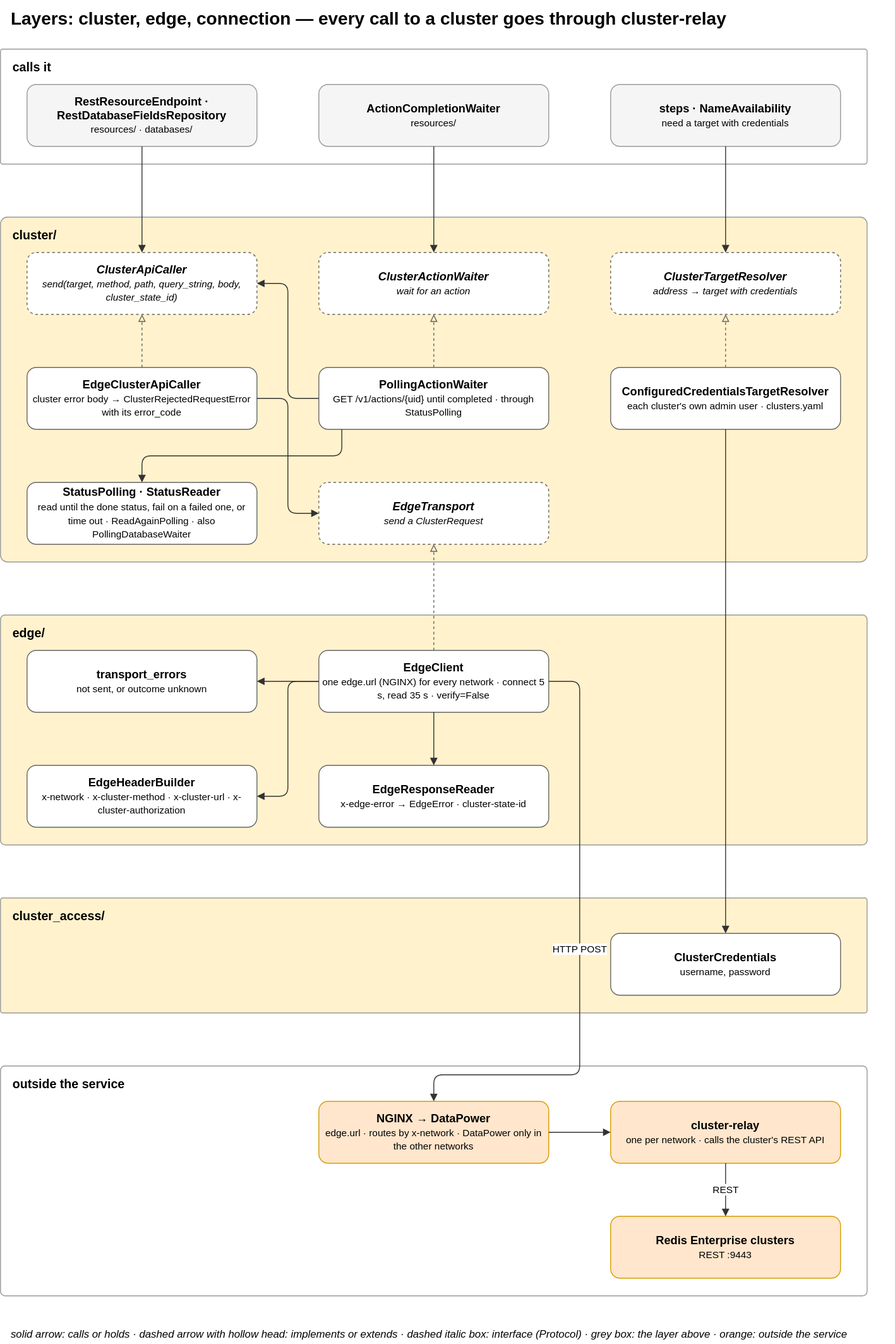
Above: docs/diagrams/08-layer-transport.drawio.svg in EliShteinman/redis-enterprise-services (draw.io), before the change. Source tidied: cells renumbered, new cells last; positions are measured from the earlier drawing's top-left corner, leaving out a move shared by most shapes.
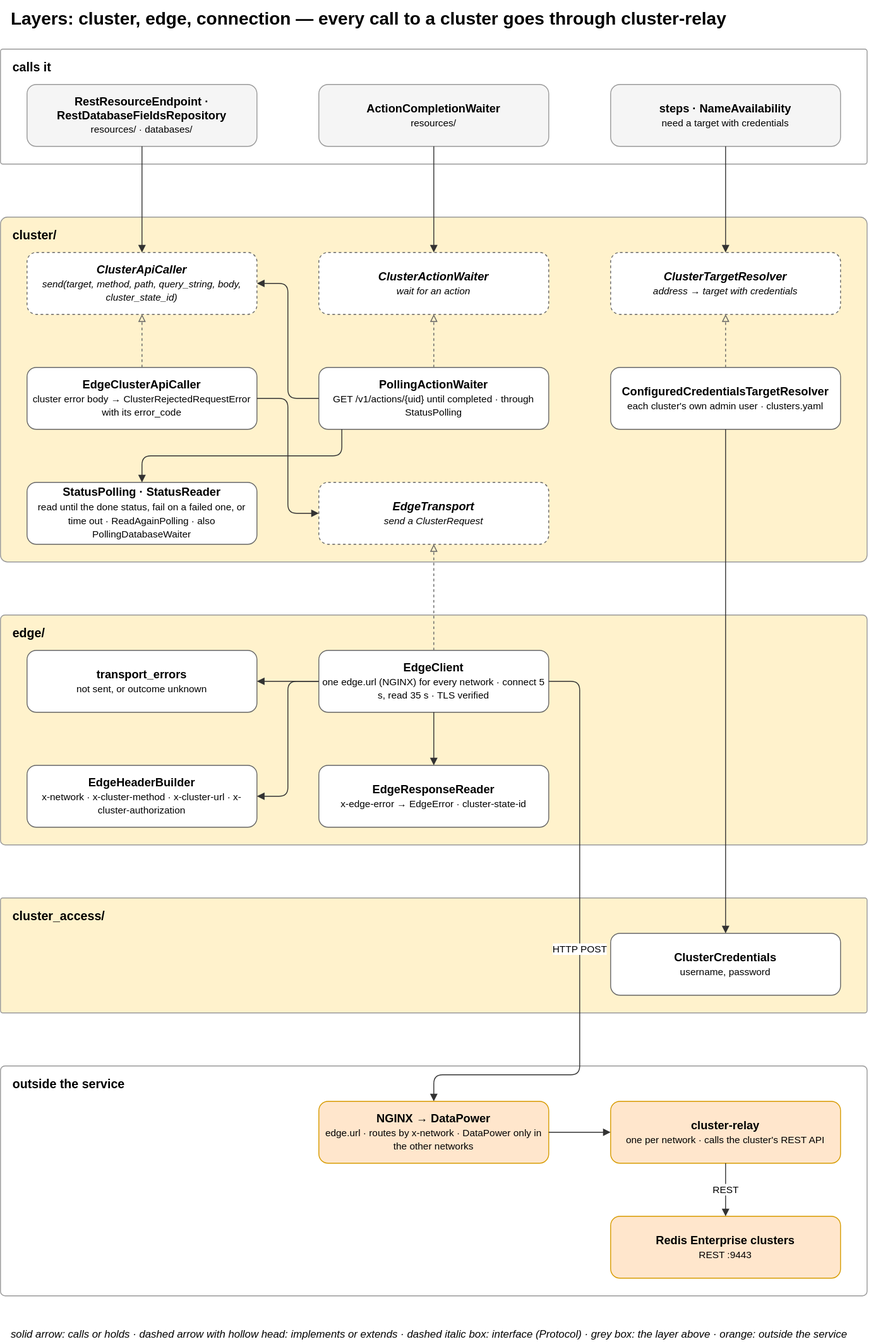
After the change.

Commit message:
docs(edge): the relay's TLS certificate is verified

What changed in the source:
```diff
@@ -47,7 +47,7 @@
     <mxCell id="16" value="&lt;b&gt;transport_errors&lt;/b&gt;&lt;br&gt;&lt;font style='font-size:11px'&gt;not sent, or outcome unknown&lt;/font&gt;" style="rounded=1;whiteSpace=wrap;html=1;fillColor=#ffffff;strokeColor=#666666;fontSize=13;" parent="1" vertex="1">
       <mxGeometry x="30" y="735" width="260" height="70" as="geometry" />
     </mxCell>
-    <mxCell id="17" value="&lt;b&gt;EdgeClient&lt;/b&gt;&lt;br&gt;&lt;font style='font-size:11px'&gt;one edge.url (NGINX) for every network · connect 5 s, read 35 s · verify=False&lt;/font&gt;" style="rounded=1;whiteSpace=wrap;html=1;fillColor=#ffffff;strokeColor=#666666;fontSize=13;" parent="1" vertex="1">
+    <mxCell id="17" value="&lt;b&gt;EdgeClient&lt;/b&gt;&lt;br&gt;&lt;font style='font-size:11px'&gt;one edge.url (NGINX) for every network · connect 5 s, read 35 s · TLS verified&lt;/font&gt;" style="rounded=1;whiteSpace=wrap;html=1;fillColor=#ffffff;strokeColor=#666666;fontSize=13;" parent="1" vertex="1">
       <mxGeometry x="360" y="735" width="260" height="70" as="geometry" />
     </mxCell>
     <mxCell id="18" value="&lt;b&gt;EdgeHeaderBuilder&lt;/b&gt;&lt;br&gt;&lt;font style='font-size:11px'&gt;x-network · x-cluster-method · x-cluster-url · x-cluster-authorization&lt;/font&gt;" style="rounded=1;whiteSpace=wrap;html=1;fillColor=#ffffff;strokeColor=#666666;fontSize=13;" parent="1" vertex="1">
```
